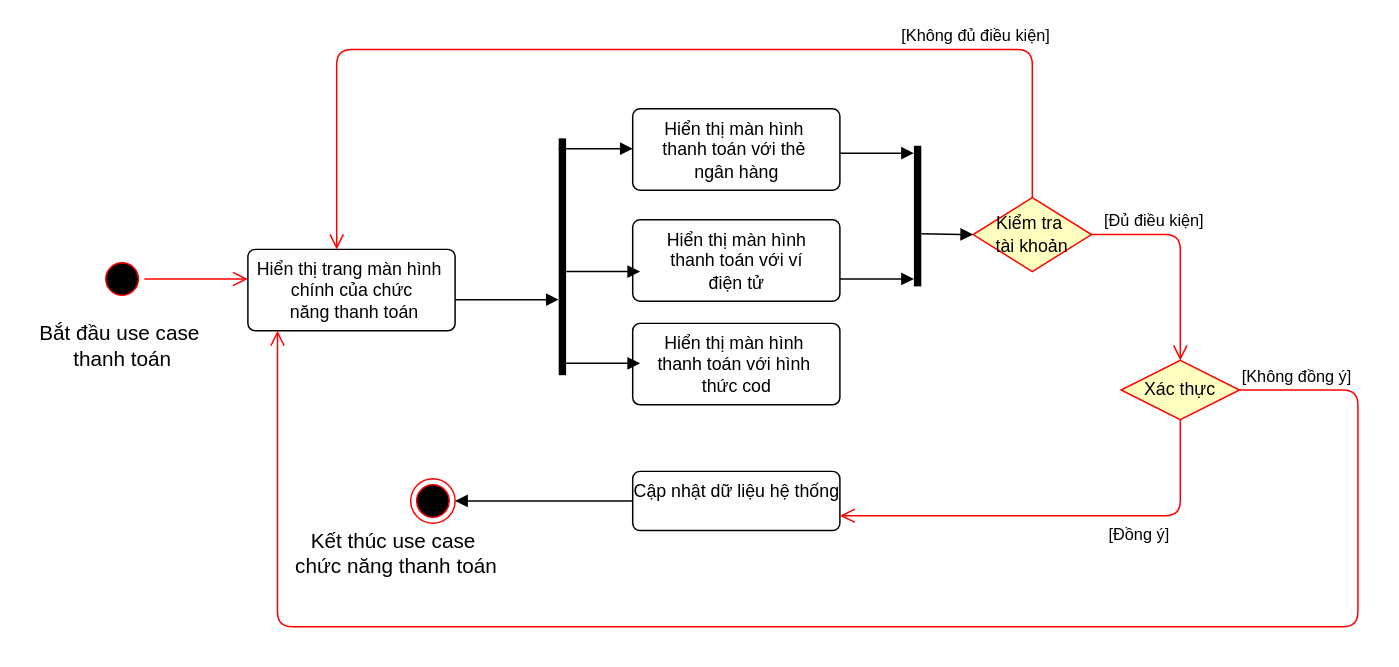
The draw.io diagram img/ADqlthanhtoan.drawio in truongflute/truongflute.github.io, before the edit. Source tidied: cells renumbered, new cells numbered last; positions are measured from the earlier drawing's top-left corner, leaving out a move shared by most shapes. Both pictures are drawn from the tidied source at 148%, with x=0, y=0 at pixel (25, 49).
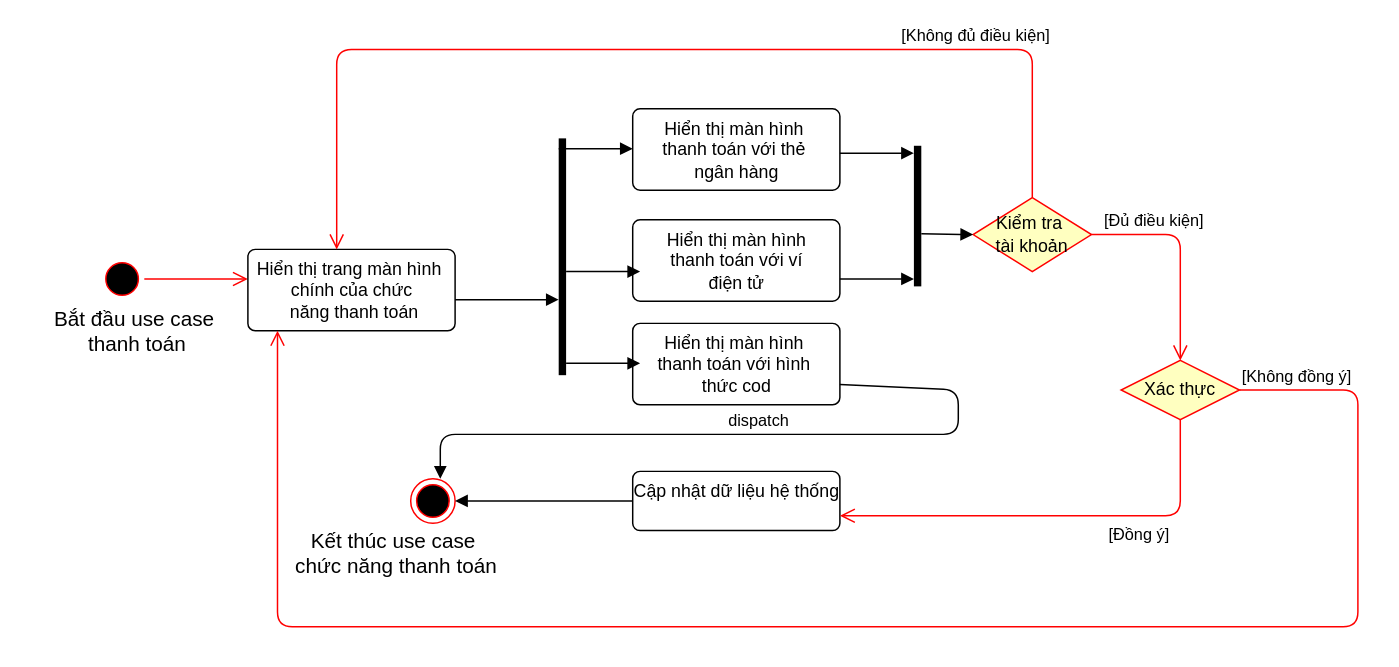
After the change.

The change refers to these unchanged cells:
```xml
<mxCell id="7" value="Hiển thị màn hình&amp;nbsp;&lt;br&gt;thanh toán với hình&amp;nbsp;&lt;br&gt;thức cod" style="html=1;align=center;verticalAlign=top;rounded=1;absoluteArcSize=1;arcSize=10;dashed=0;" parent="1" vertex="1">
  <mxGeometry x="410" y="185" width="140" height="55" as="geometry" />
</mxCell>
```

Diff of the diagram source:
```diff
@@
-<mxGraphModel>
+<mxGraphModel background="#ffffff">
@@
     <mxCell id="27" value="&lt;font style=&quot;font-size: 14px&quot;&gt;Bắt đầu use case&amp;nbsp;&lt;br&gt;thanh toán&lt;/font&gt;" style="text;html=1;align=center;verticalAlign=middle;" parent="1" vertex="1">
-      <mxGeometry y="180" width="130" height="40" as="geometry" />
+      <mxGeometry x="10" y="170" width="130" height="40" as="geometry" />
     </mxCell>
+    <mxCell id="28" value="dispatch" style="html=1;verticalAlign=bottom;endArrow=block;exitX=1;exitY=0.75;exitDx=0;exitDy=0;" parent="1" edge="1" source="7">
+      <mxGeometry relative="1" as="geometry">
+        <mxPoint x="280" y="290" as="targetPoint" />
+        <Array as="points">
+          <mxPoint x="630" y="230" />
+          <mxPoint x="630" y="260" />
+          <mxPoint x="310" y="260" />
+          <mxPoint x="280" y="260" />
+          <mxPoint x="280" y="280" />
+        </Array>
+      </mxGeometry>
+    </mxCell>
```
